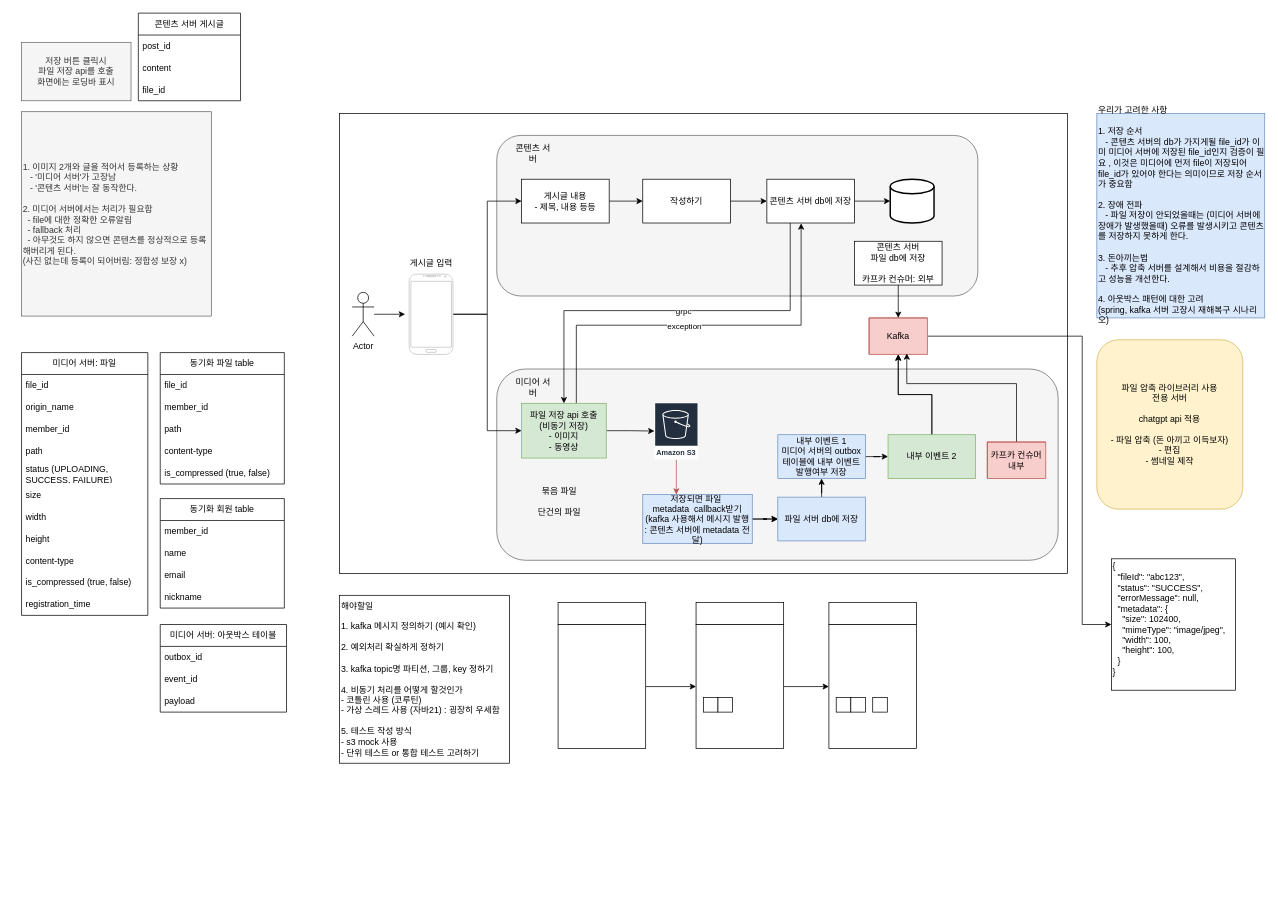
The draw.io diagram page "미디어" (2 of 7) of Pulse-msa.drawio in AmazingEffect/pulse-document, before the edit. Source tidied: cells renumbered, new cells numbered last; positions are measured from the earlier drawing's top-left corner, leaving out a move shared by most shapes. Both pictures are drawn from the tidied source at 73%, with x=0, y=0 at pixel (21, 12).
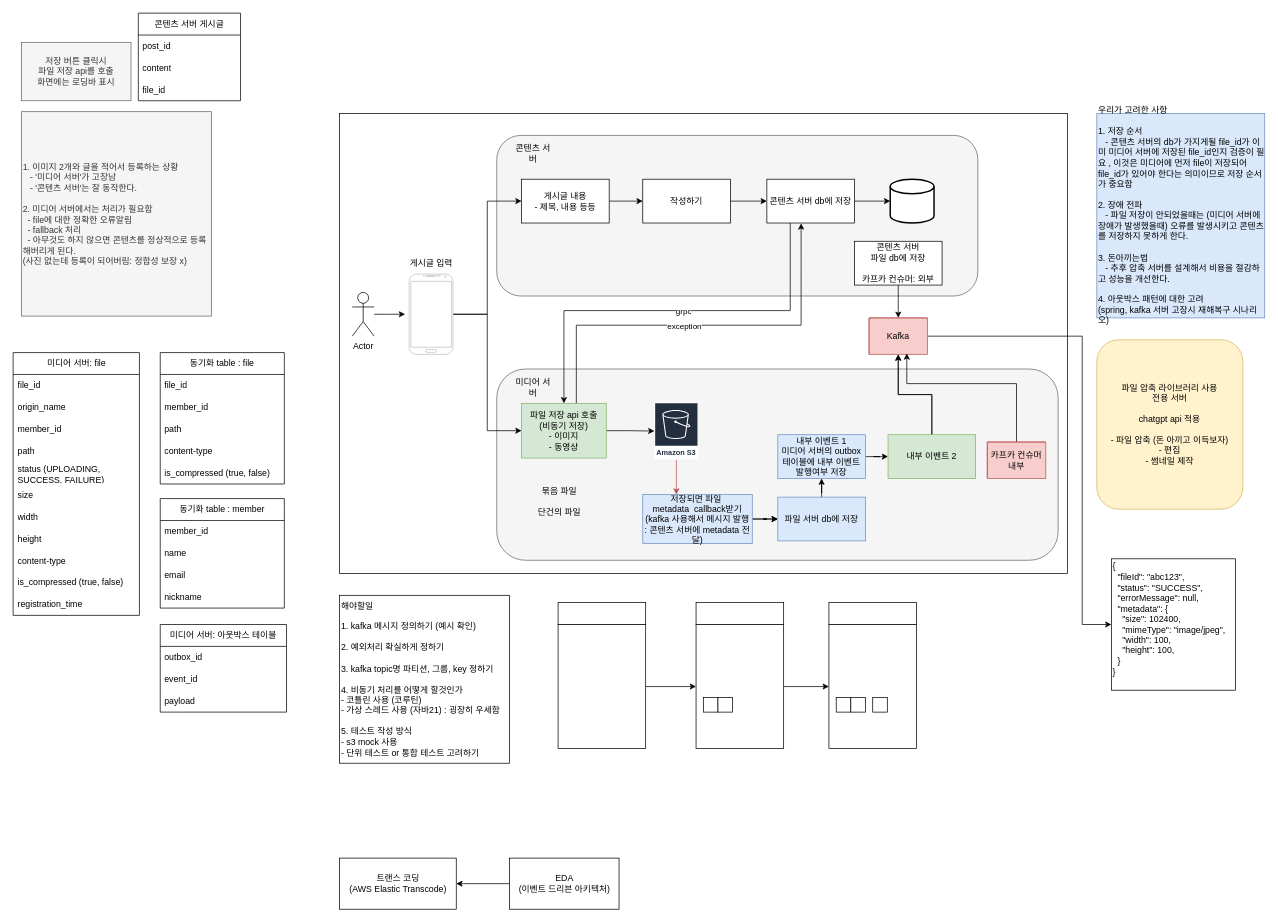
Above is the later version.

Change to the diagram source:
```diff
@@
-    <mxCell id="31" value="미디어 서버: 파일" style="swimlane;fontStyle=0;horizontal=1;startSize=30;whiteSpace=wrap;html=1;" parent="1" vertex="1">
-      <mxGeometry y="465.5" width="173" height="360" as="geometry" />
+    <mxCell id="31" value="미디어 서버: file" style="swimlane;fontStyle=0;horizontal=1;startSize=30;whiteSpace=wrap;html=1;" parent="1" vertex="1">
+      <mxGeometry x="-11.5" y="465.5" width="173" height="360" as="geometry" />
     </mxCell>
@@
-    <mxCell id="66" value="동기화 파일 table" style="swimlane;fontStyle=0;horizontal=1;startSize=30;whiteSpace=wrap;html=1;" parent="1" vertex="1">
+    <mxCell id="66" value="동기화 table : file" style="swimlane;fontStyle=0;horizontal=1;startSize=30;whiteSpace=wrap;html=1;" parent="1" vertex="1">
       <mxGeometry x="190" y="465.5" width="170" height="180" as="geometry" />
     </mxCell>
@@
-    <mxCell id="77" value="동기화 회원 table" style="swimlane;fontStyle=0;horizontal=1;startSize=30;whiteSpace=wrap;html=1;" parent="1" vertex="1">
+    <mxCell id="77" value="동기화 table : member" style="swimlane;fontStyle=0;horizontal=1;startSize=30;whiteSpace=wrap;html=1;" parent="1" vertex="1">
       <mxGeometry x="190" y="665.5" width="170" height="150" as="geometry" />
     </mxCell>
@@
+    <mxCell id="95" value="트랜스 코딩&lt;br&gt;(AWS Elastic Transcode)" style="rounded=0;whiteSpace=wrap;html=1;" parent="1" vertex="1">
+      <mxGeometry x="435.5" y="1158" width="160" height="70" as="geometry" />
+    </mxCell>
+    <mxCell id="96" style="edgeStyle=orthogonalEdgeStyle;rounded=0;jettySize=auto;html=1;" parent="1" edge="1" source="97" target="95">
+      <mxGeometry relative="1" as="geometry" />
+    </mxCell>
+    <mxCell id="97" value="EDA &lt;br&gt;(이벤트 드리븐 아키텍처)" style="rounded=0;whiteSpace=wrap;html=1;" parent="1" vertex="1">
+      <mxGeometry x="668.5" y="1158" width="150" height="70" as="geometry" />
+    </mxCell>
```
